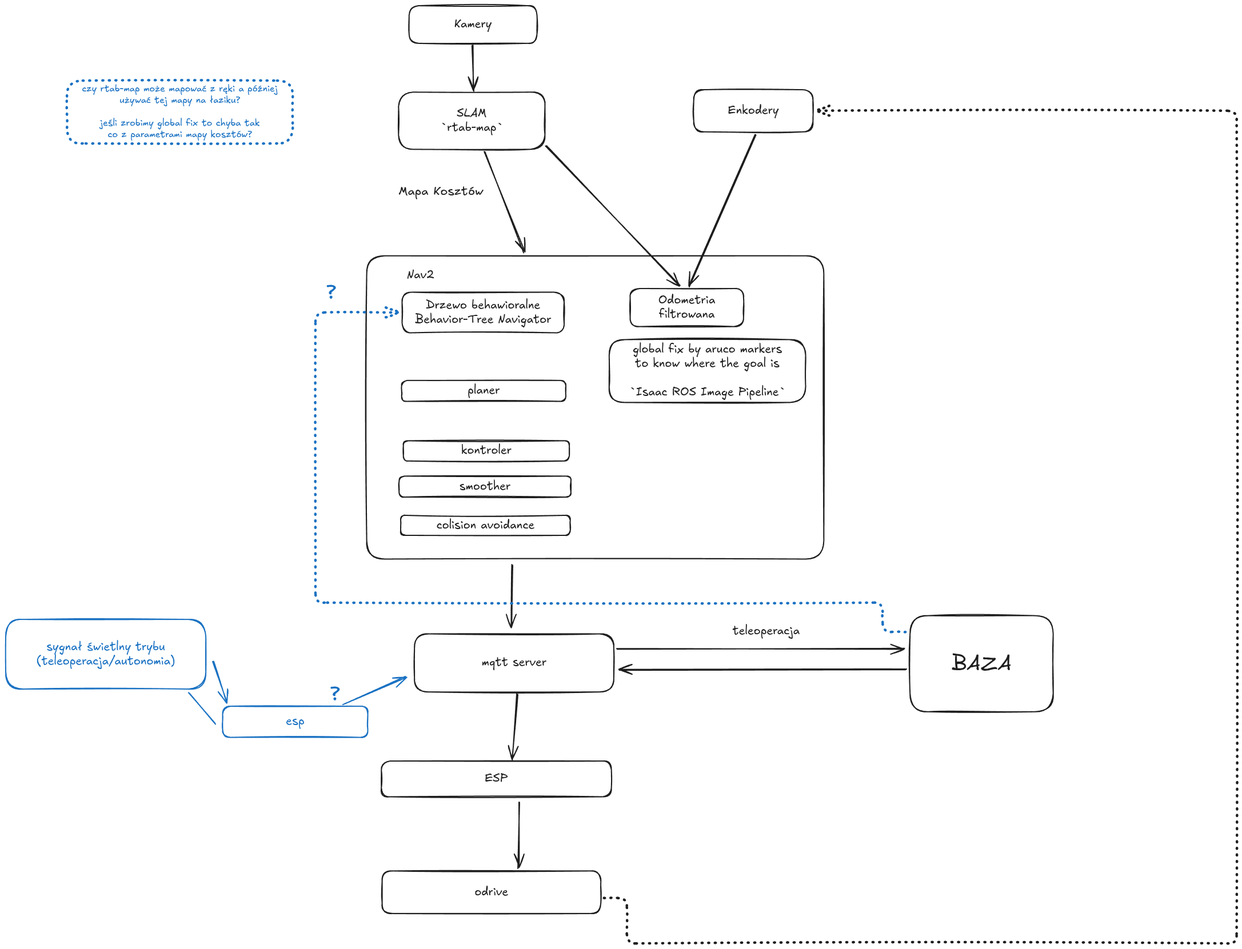
knmicrochip/ORION_VI_NAVIGATION_STACK keeps this Excalidraw diagram as PLAN.excalidraw.png. Above is the earlier version. Source tidied: one line per element, renumbered; positions are measured from the earlier drawing's top-left corner, leaving out a move shared by most shapes.
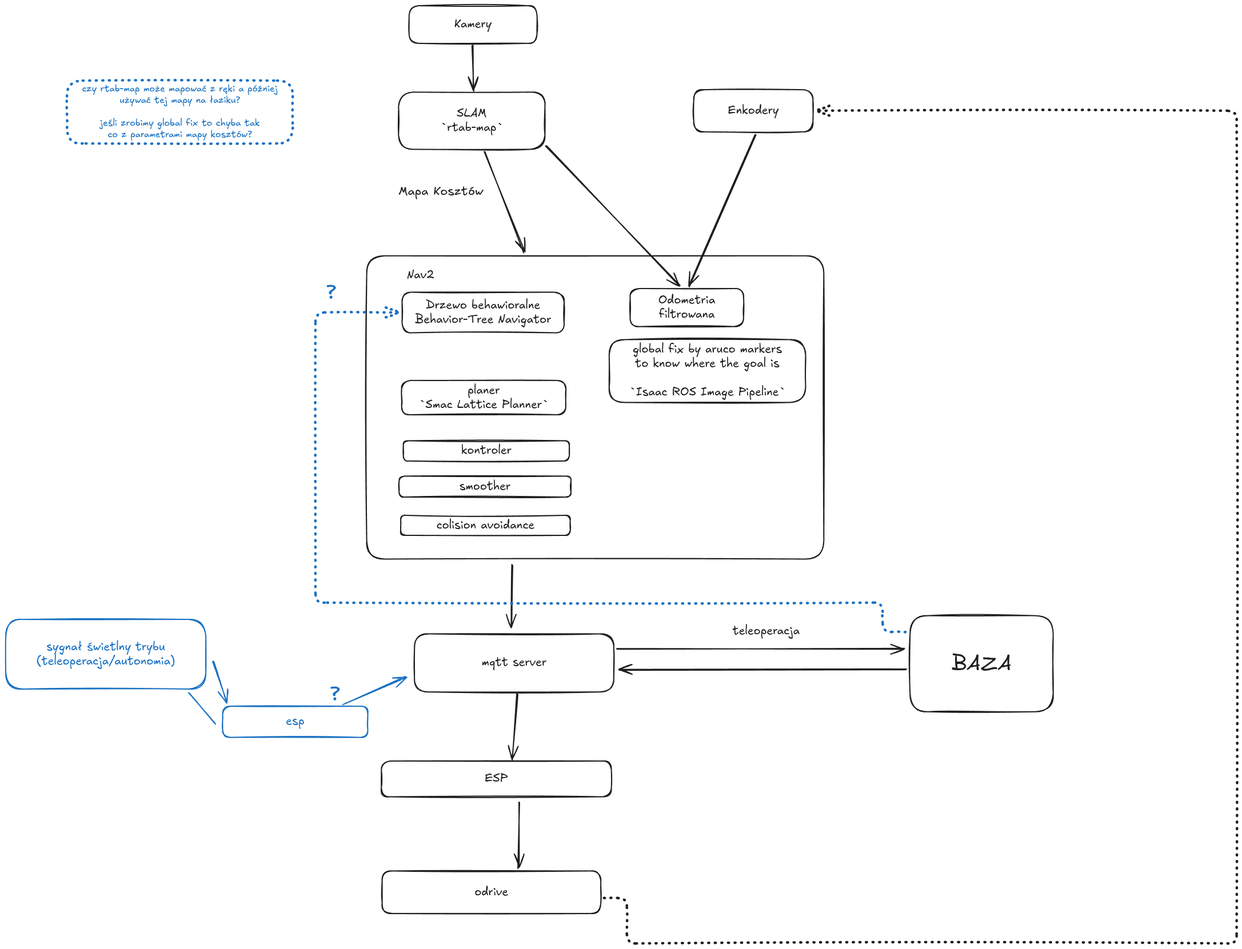
Above is the later version.

What changed in the source:
```diff
@@ -46,8 +46,8 @@
 {"id": 45, "type": "text", "text": "?", "strokeColor": "#1971c2", "strokeWidth": 4, "strokeStyle": "dotted", "roughness": 1, "fontSize": 36, "fontFamily": 5, "x": 568, "y": 1184, "width": 17, "height": 45}
 {"id": 46, "type": "rectangle", "strokeColor": "#1971c2", "strokeWidth": 4, "strokeStyle": "dotted", "roughness": 1, "round": true, "x": 107, "y": 131, "width": 395, "height": 110}
 {"id": 47, "type": "text", "text": "czy rtab-map może mapować z ręki a później\nużywać tej mapy na łaziku?\n\njeśli zrobimy global fix to chyba tak\nco z parametrami mapy kosztów?", "strokeColor": "#1971c2", "strokeWidth": 4, "strokeStyle": "dotted", "roughness": 1, "fontSize": 16, "fontFamily": 5, "textAlign": "center", "verticalAlign": "middle", "inside": 46, "x": 133, "y": 136, "width": 342, "height": 100}
-{"id": 48, "type": "rectangle", "strokeColor": "#1e1e1e", "strokeWidth": 2, "roughness": 1, "round": true, "x": 693, "y": 656, "width": 287, "height": 37}
+{"id": 48, "type": "rectangle", "strokeColor": "#1e1e1e", "strokeWidth": 2, "roughness": 1, "round": true, "x": 693, "y": 656, "width": 287, "height": 60}
-{"id": 49, "type": "text", "text": "planer", "strokeColor": "#1e1e1e", "strokeWidth": 2, "roughness": 1, "fontSize": 20, "fontFamily": 5, "textAlign": "center", "verticalAlign": "middle", "inside": 48, "x": 808, "y": 662, "width": 56, "height": 25}
+{"id": 49, "type": "text", "text": "planer\n`Smac Lattice Planner`", "strokeColor": "#1e1e1e", "strokeWidth": 2, "roughness": 1, "fontSize": 20, "fontFamily": 5, "textAlign": "center", "verticalAlign": "middle", "inside": 48, "x": 723, "y": 661, "width": 227, "height": 50}
 {"id": 50, "type": "rectangle", "strokeColor": "#1971c2", "strokeWidth": 2, "roughness": 1, "round": true, "x": 380, "y": 1226, "width": 254, "height": 55}
 {"id": 51, "type": "text", "text": "esp", "strokeColor": "#1971c2", "strokeWidth": 2, "roughness": 1, "fontSize": 20, "fontFamily": 5, "textAlign": "center", "verticalAlign": "middle", "inside": 50, "x": 490, "y": 1241, "width": 32, "height": 25}
 {"id": 52, "type": "arrow", "strokeColor": "#1971c2", "strokeWidth": 2, "roughness": 1, "endArrowhead": "arrow", "round": true, "from": 50, "to": 24, "x": 590, "y": 1223, "width": 110, "height": 49, "points": [[0, 0], [110, -49]]}
```
